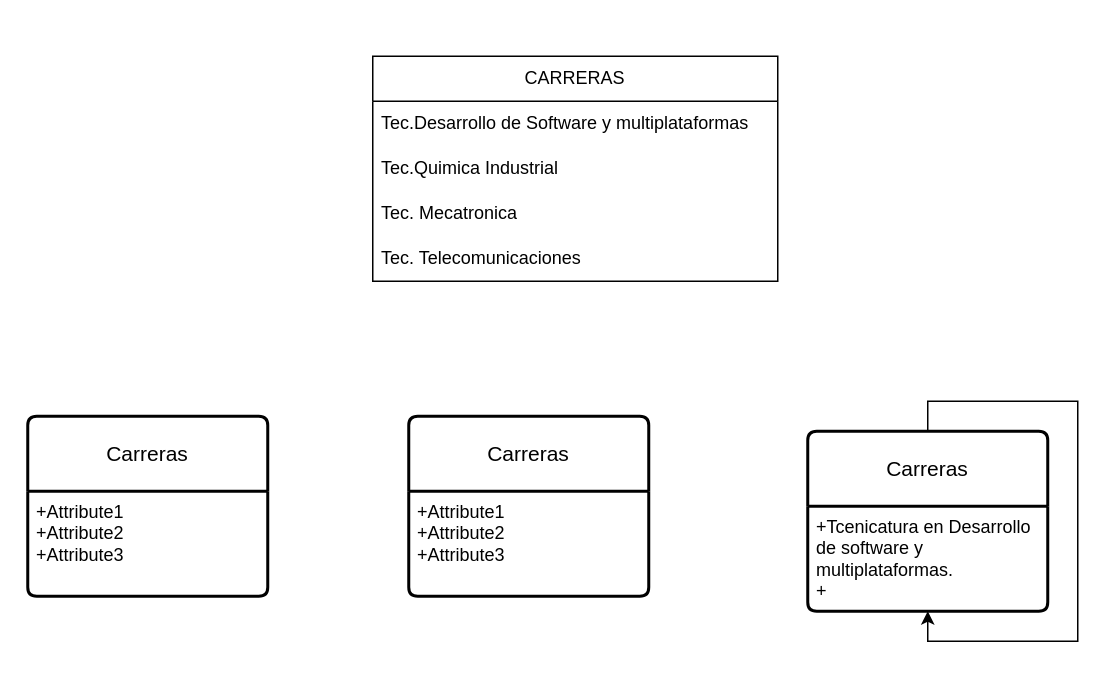
Earlier version of the draw.io diagram Untitled Diagram.drawio (Jolsman01/BasededatosIFODA). Source tidied: cells renumbered, new cells numbered last; positions are measured from the earlier drawing's top-left corner, leaving out a move shared by most shapes. Both pictures are drawn from the tidied source at 150%, with x=0, y=0 at pixel (27, 56).
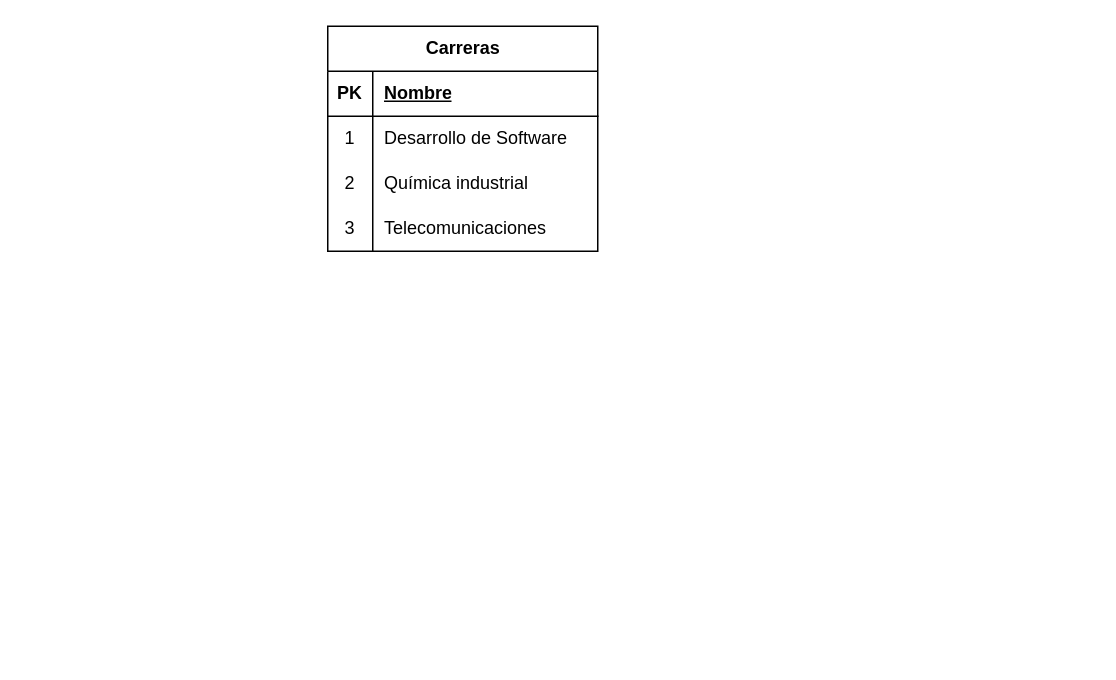
The same diagram, later.

What changed in the source:
```diff
@@
 <mxGraphModel>
   <root>
     <mxCell id="0" />
     <mxCell id="1" parent="0" />
-    <mxCell id="2" value="Carreras" style="swimlane;horizontal=1;startSize=50;rounded=1;fontSize=14;fontStyle=0;strokeWidth=2;shadow=0;dashed=0;align=center;arcSize=4;whiteSpace=wrap;html=1;" parent="1" vertex="1">
-      <mxGeometry x="254" y="240" width="160" height="120" as="geometry" />
-    </mxCell>
-    <mxCell id="3" value="+Attribute1&#10;+Attribute2&#10;+Attribute3" style="align=left;strokeColor=none;fillColor=none;spacingLeft=4;spacingRight=4;fontSize=12;verticalAlign=top;html=1;whiteSpace=wrap;" parent="2" vertex="1">
-      <mxGeometry y="50" width="160" height="70" as="geometry" />
-    </mxCell>
-    <mxCell id="4" value="Carreras" style="swimlane;horizontal=1;startSize=50;rounded=1;fontSize=14;fontStyle=0;strokeWidth=2;shadow=0;dashed=0;align=center;arcSize=4;whiteSpace=wrap;html=1;" parent="1" vertex="1">
-      <mxGeometry y="240" width="160" height="120" as="geometry" />
-    </mxCell>
-    <mxCell id="5" value="+Attribute1&#10;+Attribute2&#10;+Attribute3" style="align=left;strokeColor=none;fillColor=none;spacingLeft=4;spacingRight=4;fontSize=12;verticalAlign=top;html=1;whiteSpace=wrap;" parent="4" vertex="1">
-      <mxGeometry y="50" width="160" height="70" as="geometry" />
-    </mxCell>
-    <mxCell id="6" value="Carreras" style="swimlane;horizontal=1;startSize=50;rounded=1;fontSize=14;fontStyle=0;strokeWidth=2;shadow=0;dashed=0;align=center;arcSize=4;whiteSpace=wrap;html=1;" parent="1" vertex="1">
-      <mxGeometry x="520" y="250" width="160" height="120" as="geometry" />
-    </mxCell>
-    <mxCell id="7" value="+Tcenicatura en Desarrollo de software y multiplataformas.&lt;div&gt;+&lt;/div&gt;" style="align=left;strokeColor=none;fillColor=none;spacingLeft=4;spacingRight=4;fontSize=12;verticalAlign=top;html=1;whiteSpace=wrap;" parent="6" vertex="1">
-      <mxGeometry y="50" width="160" height="70" as="geometry" />
-    </mxCell>
-    <mxCell id="8" style="edgeStyle=orthogonalEdgeStyle;rounded=0;orthogonalLoop=1;jettySize=auto;html=1;exitX=0.5;exitY=0;exitDx=0;exitDy=0;" parent="1" edge="1" source="6" target="6">
-      <mxGeometry relative="1" as="geometry">
-        <Array as="points">
-          <mxPoint x="600" y="230" />
-          <mxPoint x="700" y="230" />
-          <mxPoint x="700" y="390" />
-          <mxPoint x="600" y="390" />
-        </Array>
-      </mxGeometry>
-    </mxCell>
-    <mxCell id="9" value="CARRERAS" style="swimlane;fontStyle=0;horizontal=1;startSize=30;whiteSpace=wrap;html=1;" parent="1" vertex="1">
-      <mxGeometry x="230" width="270" height="150" as="geometry" />
-    </mxCell>
-    <mxCell id="10" value="Tec.Desarrollo de Software y multiplataformas" style="text;strokeColor=none;fillColor=none;align=left;verticalAlign=middle;spacingLeft=4;spacingRight=4;overflow=hidden;whiteSpace=wrap;html=1;" parent="9" vertex="1">
-      <mxGeometry y="30" width="270" height="30" as="geometry" />
-    </mxCell>
-    <mxCell id="11" value="Tec.Quimica Industrial" style="text;strokeColor=none;fillColor=none;align=left;verticalAlign=middle;spacingLeft=4;spacingRight=4;overflow=hidden;whiteSpace=wrap;html=1;" parent="9" vertex="1">
-      <mxGeometry y="60" width="270" height="30" as="geometry" />
-    </mxCell>
-    <mxCell id="12" value="Tec. Mecatronica" style="text;strokeColor=none;fillColor=none;align=left;verticalAlign=middle;spacingLeft=4;spacingRight=4;overflow=hidden;whiteSpace=wrap;html=1;" parent="9" vertex="1">
-      <mxGeometry y="90" width="270" height="30" as="geometry" />
-    </mxCell>
-    <mxCell id="13" value="Tec. Telecomunicaciones" style="text;strokeColor=none;fillColor=none;align=left;verticalAlign=middle;spacingLeft=4;spacingRight=4;overflow=hidden;whiteSpace=wrap;html=1;" parent="9" vertex="1">
-      <mxGeometry y="120" width="270" height="30" as="geometry" />
-    </mxCell>
+    <mxCell id="14" value="Carreras" style="shape=table;startSize=30;childLayout=tableLayout;rowLines=0;fontStyle=1;align=center;html=1;" parent="1" vertex="1">
+      <mxGeometry x="200" y="-20" width="180" height="150" as="geometry" />
+    </mxCell>
+    <mxCell id="15" style="shape=tableRow;horizontal=0;startSize=0;swimlaneHead=0;swimlaneBody=0;fillColor=none;top=0;left=0;right=0;bottom=1;" parent="14" vertex="1">
+      <mxGeometry y="30" width="180" height="30" as="geometry" />
+    </mxCell>
+    <mxCell id="16" value="PK" style="shape=partialRectangle;fillColor=none;top=0;left=0;bottom=0;right=0;fontStyle=1;overflow=hidden;whiteSpace=wrap;html=1;" parent="15" vertex="1">
+      <mxGeometry width="30" height="30" as="geometry" />
+    </mxCell>
+    <mxCell id="17" value="Nombre" style="shape=partialRectangle;fillColor=none;top=0;left=0;bottom=0;right=0;align=left;spacingLeft=6;fontStyle=5;overflow=hidden;whiteSpace=wrap;html=1;" parent="15" vertex="1">
+      <mxGeometry x="30" width="150" height="30" as="geometry" />
+    </mxCell>
+    <mxCell id="18" style="shape=tableRow;horizontal=0;startSize=0;swimlaneHead=0;swimlaneBody=0;fillColor=none;top=0;left=0;right=0;bottom=0;" parent="14" vertex="1">
+      <mxGeometry y="60" width="180" height="30" as="geometry" />
+    </mxCell>
+    <mxCell id="19" value="1" style="shape=partialRectangle;fillColor=none;top=0;left=0;bottom=0;right=0;overflow=hidden;whiteSpace=wrap;html=1;" parent="18" vertex="1">
+      <mxGeometry width="30" height="30" as="geometry" />
+    </mxCell>
+    <mxCell id="20" value="Desarrollo de Software" style="shape=partialRectangle;fillColor=none;top=0;left=0;bottom=0;right=0;align=left;spacingLeft=6;overflow=hidden;whiteSpace=wrap;html=1;" parent="18" vertex="1">
+      <mxGeometry x="30" width="150" height="30" as="geometry" />
+    </mxCell>
+    <mxCell id="21" style="shape=tableRow;horizontal=0;startSize=0;swimlaneHead=0;swimlaneBody=0;fillColor=none;top=0;left=0;right=0;bottom=0;" parent="14" vertex="1">
+      <mxGeometry y="90" width="180" height="30" as="geometry" />
+    </mxCell>
+    <mxCell id="22" value="2" style="shape=partialRectangle;fillColor=none;top=0;left=0;bottom=0;right=0;overflow=hidden;whiteSpace=wrap;html=1;" parent="21" vertex="1">
+      <mxGeometry width="30" height="30" as="geometry" />
+    </mxCell>
+    <mxCell id="23" value="Química industrial" style="shape=partialRectangle;fillColor=none;top=0;left=0;bottom=0;right=0;align=left;spacingLeft=6;overflow=hidden;whiteSpace=wrap;html=1;" parent="21" vertex="1">
+      <mxGeometry x="30" width="150" height="30" as="geometry" />
+    </mxCell>
+    <mxCell id="24" style="shape=tableRow;horizontal=0;startSize=0;swimlaneHead=0;swimlaneBody=0;fillColor=none;top=0;left=0;right=0;bottom=0;" parent="14" vertex="1">
+      <mxGeometry y="120" width="180" height="30" as="geometry" />
+    </mxCell>
+    <mxCell id="25" value="3" style="shape=partialRectangle;fillColor=none;top=0;left=0;bottom=0;right=0;overflow=hidden;whiteSpace=wrap;html=1;" parent="24" vertex="1">
+      <mxGeometry width="30" height="30" as="geometry" />
+    </mxCell>
+    <mxCell id="26" value="Telecomunicaciones" style="shape=partialRectangle;fillColor=none;top=0;left=0;bottom=0;right=0;align=left;spacingLeft=6;overflow=hidden;whiteSpace=wrap;html=1;" parent="24" vertex="1">
+      <mxGeometry x="30" width="150" height="30" as="geometry" />
+    </mxCell>
   </root>
 </mxGraphModel>
```
